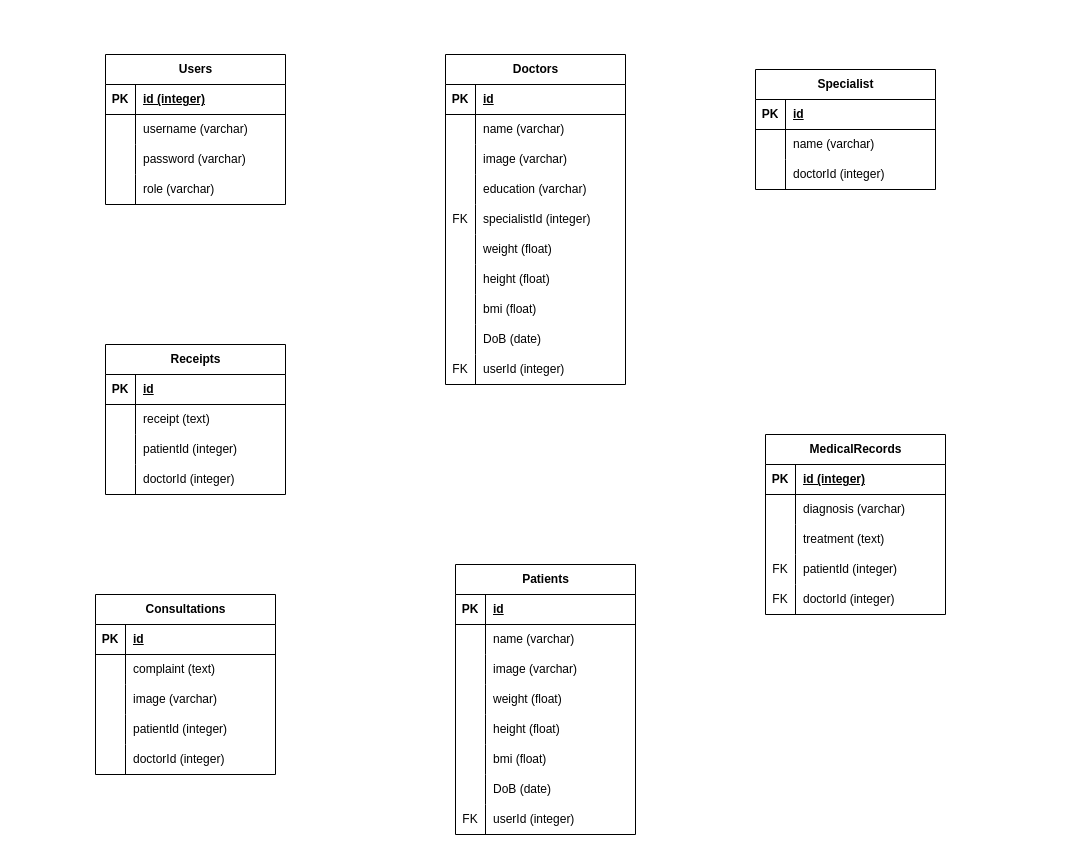
jeremyangga/healthapp keeps this draw.io diagram as erd.drawio. Above is the earlier version. Source tidied: cells renumbered, new cells numbered last; positions are measured from the earlier drawing's top-left corner, leaving out a move shared by most shapes. Both pictures are drawn from the tidied source at 100%, with x=0, y=0 at pixel (95, 54).
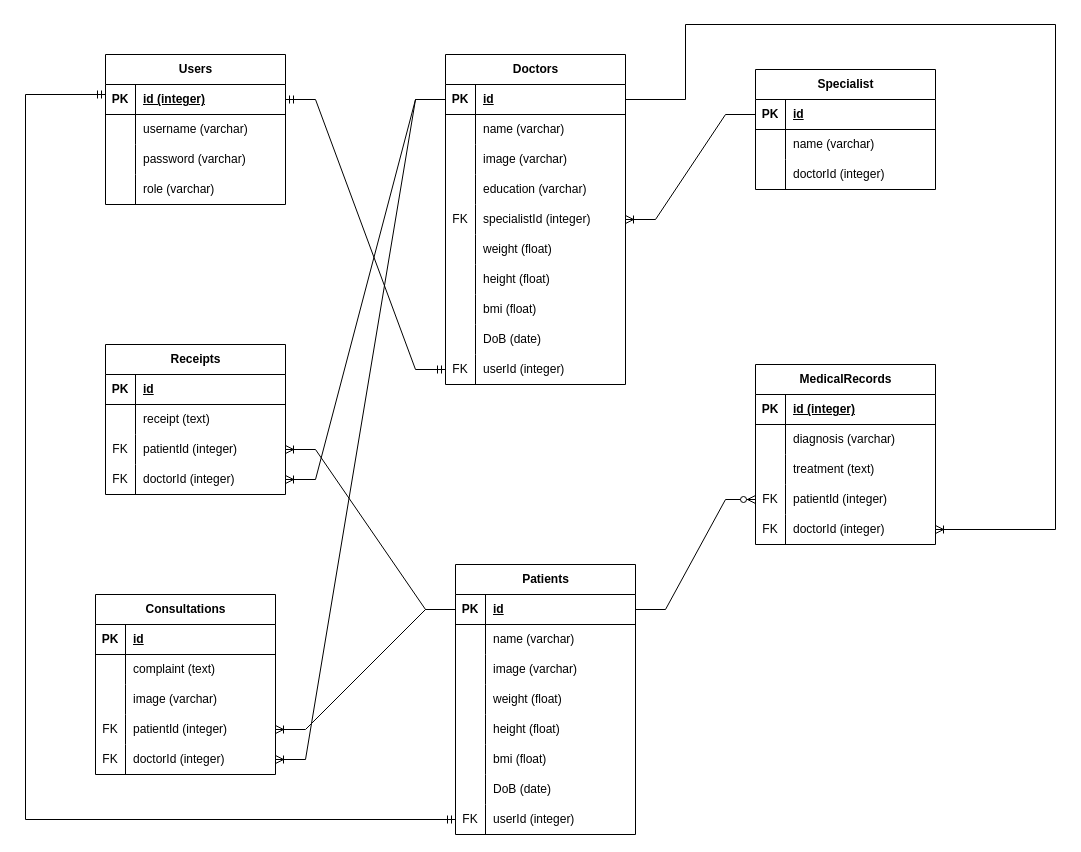
The same diagram, later.

The change refers to these unchanged cells:
```xml
<mxCell id="3" style="shape=tableRow;horizontal=0;startSize=0;swimlaneHead=0;swimlaneBody=0;fillColor=none;points=[[0,0.5],[1,0.5]];portConstraint=eastwest;top=0;left=0;right=0;bottom=1;" parent="2" vertex="1">
  <mxGeometry y="30" width="180" height="30" as="geometry" />
</mxCell>
<mxCell id="16" style="shape=tableRow;horizontal=0;startSize=0;swimlaneHead=0;swimlaneBody=0;fillColor=none;points=[[0,0.5],[1,0.5]];portConstraint=eastwest;top=0;left=0;right=0;bottom=1;" parent="15" vertex="1">
  <mxGeometry y="30" width="180" height="30" as="geometry" />
</mxCell>
<mxCell id="28" style="shape=tableRow;horizontal=0;startSize=0;swimlaneHead=0;swimlaneBody=0;fillColor=none;points=[[0,0.5],[1,0.5]];portConstraint=eastwest;top=0;left=0;right=0;bottom=0;" parent="15" vertex="1">
  <mxGeometry y="150" width="180" height="30" as="geometry" />
</mxCell>
<mxCell id="43" style="shape=tableRow;horizontal=0;startSize=0;swimlaneHead=0;swimlaneBody=0;fillColor=none;points=[[0,0.5],[1,0.5]];portConstraint=eastwest;top=0;left=0;right=0;bottom=0;" parent="15" vertex="1">
  <mxGeometry y="300" width="180" height="30" as="geometry" />
</mxCell>
<mxCell id="47" style="shape=tableRow;horizontal=0;startSize=0;swimlaneHead=0;swimlaneBody=0;fillColor=none;points=[[0,0.5],[1,0.5]];portConstraint=eastwest;top=0;left=0;right=0;bottom=1;" parent="46" vertex="1">
  <mxGeometry y="30" width="180" height="30" as="geometry" />
</mxCell>
<mxCell id="57" style="shape=tableRow;horizontal=0;startSize=0;swimlaneHead=0;swimlaneBody=0;fillColor=none;points=[[0,0.5],[1,0.5]];portConstraint=eastwest;top=0;left=0;right=0;bottom=1;" parent="56" vertex="1">
  <mxGeometry y="30" width="180" height="30" as="geometry" />
</mxCell>
<mxCell id="78" style="shape=tableRow;horizontal=0;startSize=0;swimlaneHead=0;swimlaneBody=0;fillColor=none;points=[[0,0.5],[1,0.5]];portConstraint=eastwest;top=0;left=0;right=0;bottom=0;" parent="56" vertex="1">
  <mxGeometry y="240" width="180" height="30" as="geometry" />
</mxCell>
<mxCell id="91" style="shape=tableRow;horizontal=0;startSize=0;swimlaneHead=0;swimlaneBody=0;fillColor=none;points=[[0,0.5],[1,0.5]];portConstraint=eastwest;top=0;left=0;right=0;bottom=0;" parent="81" vertex="1">
  <mxGeometry y="120" width="180" height="30" as="geometry" />
</mxCell>
<mxCell id="94" style="shape=tableRow;horizontal=0;startSize=0;swimlaneHead=0;swimlaneBody=0;fillColor=none;points=[[0,0.5],[1,0.5]];portConstraint=eastwest;top=0;left=0;right=0;bottom=0;" parent="81" vertex="1">
  <mxGeometry y="150" width="180" height="30" as="geometry" />
</mxCell>
<mxCell id="104" style="shape=tableRow;horizontal=0;startSize=0;swimlaneHead=0;swimlaneBody=0;fillColor=none;points=[[0,0.5],[1,0.5]];portConstraint=eastwest;top=0;left=0;right=0;bottom=0;" parent="97" vertex="1">
  <mxGeometry y="90" width="180" height="30" as="geometry" />
</mxCell>
<mxCell id="107" style="shape=tableRow;horizontal=0;startSize=0;swimlaneHead=0;swimlaneBody=0;fillColor=none;points=[[0,0.5],[1,0.5]];portConstraint=eastwest;top=0;left=0;right=0;bottom=0;" parent="97" vertex="1">
  <mxGeometry y="120" width="180" height="30" as="geometry" />
</mxCell>
<mxCell id="120" style="shape=tableRow;horizontal=0;startSize=0;swimlaneHead=0;swimlaneBody=0;fillColor=none;points=[[0,0.5],[1,0.5]];portConstraint=eastwest;top=0;left=0;right=0;bottom=0;" parent="110" vertex="1">
  <mxGeometry y="120" width="180" height="30" as="geometry" />
</mxCell>
<mxCell id="123" style="shape=tableRow;horizontal=0;startSize=0;swimlaneHead=0;swimlaneBody=0;fillColor=none;points=[[0,0.5],[1,0.5]];portConstraint=eastwest;top=0;left=0;right=0;bottom=0;" parent="110" vertex="1">
  <mxGeometry y="150" width="180" height="30" as="geometry" />
</mxCell>
```

What changed in the source:
```diff
@@
     <mxCell id="81" value="MedicalRecords" style="shape=table;startSize=30;childLayout=tableLayout;rowLines=0;fontStyle=1;align=center;html=1;" parent="1" vertex="1">
-      <mxGeometry x="670" y="380" width="180" height="180" as="geometry" />
+      <mxGeometry x="660" y="310" width="180" height="180" as="geometry" />
     </mxCell>
@@
-    <mxCell id="105" style="shape=partialRectangle;fillColor=none;top=0;left=0;bottom=0;right=0;overflow=hidden;whiteSpace=wrap;html=1;" parent="104" vertex="1">
+    <mxCell id="105" value="FK" style="shape=partialRectangle;fillColor=none;top=0;left=0;bottom=0;right=0;overflow=hidden;whiteSpace=wrap;html=1;" parent="104" vertex="1">
       <mxGeometry width="30" height="30" as="geometry" />
     </mxCell>
@@
-    <mxCell id="108" style="shape=partialRectangle;fillColor=none;top=0;left=0;bottom=0;right=0;overflow=hidden;whiteSpace=wrap;html=1;" parent="107" vertex="1">
+    <mxCell id="108" value="FK" style="shape=partialRectangle;fillColor=none;top=0;left=0;bottom=0;right=0;overflow=hidden;whiteSpace=wrap;html=1;" parent="107" vertex="1">
       <mxGeometry width="30" height="30" as="geometry" />
     </mxCell>
@@
-    <mxCell id="121" style="shape=partialRectangle;fillColor=none;top=0;left=0;bottom=0;right=0;overflow=hidden;whiteSpace=wrap;html=1;" parent="120" vertex="1">
+    <mxCell id="121" value="FK" style="shape=partialRectangle;fillColor=none;top=0;left=0;bottom=0;right=0;overflow=hidden;whiteSpace=wrap;html=1;" parent="120" vertex="1">
       <mxGeometry width="30" height="30" as="geometry" />
     </mxCell>
@@
-    <mxCell id="124" style="shape=partialRectangle;fillColor=none;top=0;left=0;bottom=0;right=0;overflow=hidden;whiteSpace=wrap;html=1;" parent="123" vertex="1">
+    <mxCell id="124" value="FK" style="shape=partialRectangle;fillColor=none;top=0;left=0;bottom=0;right=0;overflow=hidden;whiteSpace=wrap;html=1;" parent="123" vertex="1">
       <mxGeometry width="30" height="30" as="geometry" />
     </mxCell>
@@
+    <mxCell id="126" style="edgeStyle=entityRelationEdgeStyle;fontSize=12;html=1;endArrow=ERmandOne;startArrow=ERmandOne;rounded=0;exitX=1;exitY=0.5;exitDx=0;exitDy=0;" parent="1" edge="1" source="3" target="43">
+      <mxGeometry relative="1" as="geometry">
+        <Array as="points">
+          <mxPoint x="210" y="30" />
+          <mxPoint x="230" y="45" />
+          <mxPoint x="310" y="130" />
+        </Array>
+      </mxGeometry>
+    </mxCell>
+    <mxCell id="127" style="edgeStyle=orthogonalEdgeStyle;fontSize=12;html=1;endArrow=ERmandOne;startArrow=ERmandOne;rounded=0;" parent="1" edge="1" target="78">
+      <mxGeometry relative="1" as="geometry">
+        <mxPoint x="10" y="40" as="sourcePoint" />
+        <Array as="points">
+          <mxPoint x="-70" y="40" />
+          <mxPoint x="-70" y="765" />
+        </Array>
+      </mxGeometry>
+    </mxCell>
+    <mxCell id="128" style="edgeStyle=entityRelationEdgeStyle;fontSize=12;html=1;endArrow=ERoneToMany;rounded=0;entryX=1;entryY=0.5;entryDx=0;entryDy=0;exitX=0;exitY=0.5;exitDx=0;exitDy=0;" parent="1" edge="1" source="47" target="28">
+      <mxGeometry relative="1" as="geometry" />
+    </mxCell>
+    <mxCell id="129" style="edgeStyle=entityRelationEdgeStyle;fontSize=12;html=1;endArrow=ERoneToMany;rounded=0;exitX=0;exitY=0.5;exitDx=0;exitDy=0;entryX=1;entryY=0.5;entryDx=0;entryDy=0;" parent="1" edge="1" source="16" target="107">
+      <mxGeometry relative="1" as="geometry" />
+    </mxCell>
+    <mxCell id="130" style="edgeStyle=entityRelationEdgeStyle;fontSize=12;html=1;endArrow=ERoneToMany;rounded=0;" parent="1" edge="1" source="16" target="123">
+      <mxGeometry relative="1" as="geometry" />
+    </mxCell>
+    <mxCell id="131" style="edgeStyle=entityRelationEdgeStyle;fontSize=12;html=1;endArrow=ERoneToMany;rounded=0;entryX=1;entryY=0.5;entryDx=0;entryDy=0;exitX=0;exitY=0.5;exitDx=0;exitDy=0;" parent="1" edge="1" source="57" target="104">
+      <mxGeometry relative="1" as="geometry" />
+    </mxCell>
+    <mxCell id="132" style="edgeStyle=entityRelationEdgeStyle;fontSize=12;html=1;endArrow=ERoneToMany;rounded=0;entryX=1;entryY=0.5;entryDx=0;entryDy=0;exitX=0;exitY=0.5;exitDx=0;exitDy=0;" parent="1" edge="1" source="57" target="120">
+      <mxGeometry relative="1" as="geometry" />
+    </mxCell>
+    <mxCell id="133" style="edgeStyle=entityRelationEdgeStyle;fontSize=12;html=1;endArrow=ERzeroToMany;endFill=1;rounded=0;entryX=0;entryY=0.5;entryDx=0;entryDy=0;exitX=1;exitY=0.5;exitDx=0;exitDy=0;" parent="1" edge="1" source="57" target="91">
+      <mxGeometry relative="1" as="geometry" />
+    </mxCell>
+    <mxCell id="134" style="edgeStyle=orthogonalEdgeStyle;fontSize=12;html=1;endArrow=ERoneToMany;rounded=0;entryX=1;entryY=0.5;entryDx=0;entryDy=0;exitX=1;exitY=0.5;exitDx=0;exitDy=0;" parent="1" edge="1" source="16" target="94">
+      <mxGeometry relative="1" as="geometry">
+        <Array as="points">
+          <mxPoint x="590" y="45" />
+          <mxPoint x="590" y="-30" />
+          <mxPoint x="960" y="-30" />
+          <mxPoint x="960" y="475" />
+        </Array>
+      </mxGeometry>
+    </mxCell>
```
